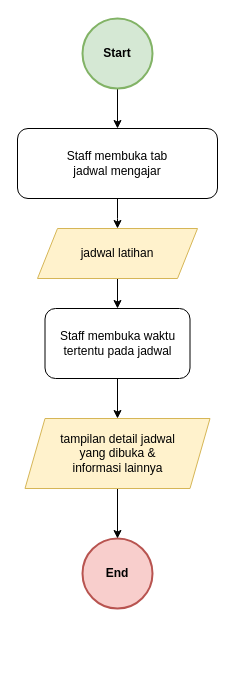
Above: diagrams/user_flow/staff_melihat_jadwal.drawio in SynergyStudioBandung/synergy_studio_docs (draw.io), before the change. Source tidied: cells renumbered, new cells numbered last; positions are measured from the earlier drawing's top-left corner, leaving out a move shared by most shapes. Both pictures are drawn from the tidied source at 100%, with x=0, y=0 at pixel (17, 18).
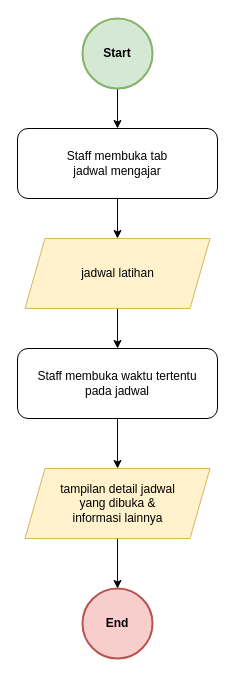
The same page after the edit.

What changed in the source:
```diff
@@
 <mxGraphModel>
   <root>
     <mxCell id="0" />
     <mxCell id="1" parent="0" />
     <mxCell id="2" value="End" style="ellipse;whiteSpace=wrap;html=1;fillColor=#f8cecc;strokeColor=#b85450;fontStyle=1;strokeWidth=2;" parent="1" vertex="1">
-      <mxGeometry x="65" y="520" width="70" height="70" as="geometry" />
+      <mxGeometry x="65" y="570" width="70" height="70" as="geometry" />
     </mxCell>
     <mxCell id="3" style="edgeStyle=orthogonalEdgeStyle;rounded=0;jettySize=auto;html=1;entryX=0.5;entryY=0;entryDx=0;entryDy=0;fontColor=#FFFFFF;" parent="1" edge="1" source="4" target="6">
       <mxGeometry relative="1" as="geometry" />
     </mxCell>
     <mxCell id="4" value="Start" style="ellipse;whiteSpace=wrap;html=1;fillColor=#d5e8d4;strokeColor=#82b366;fontStyle=1;strokeWidth=2;" parent="1" vertex="1">
       <mxGeometry x="65" width="70" height="70" as="geometry" />
     </mxCell>
-    <mxCell id="5" style="edgeStyle=orthogonalEdgeStyle;rounded=0;jettySize=auto;html=1;" parent="1" edge="1" source="6">
-      <mxGeometry relative="1" as="geometry">
-        <mxPoint x="100" y="210" as="targetPoint" />
-      </mxGeometry>
-    </mxCell>
+    <mxCell id="13" style="edgeStyle=orthogonalEdgeStyle;rounded=0;jettySize=auto;html=1;" parent="1" edge="1" source="6" target="12">
+      <mxGeometry relative="1" as="geometry" />
+    </mxCell>
     <mxCell id="6" value="Staff membuka tab&lt;br&gt;jadwal mengajar" style="rounded=1;whiteSpace=wrap;html=1;fontSize=12;glass=0;strokeWidth=1;shadow=0;" parent="1" vertex="1">
       <mxGeometry y="110" width="200" height="70" as="geometry" />
     </mxCell>
     <mxCell id="7" style="edgeStyle=orthogonalEdgeStyle;rounded=0;jettySize=auto;html=1;" parent="1" edge="1" source="8" target="2">
       <mxGeometry relative="1" as="geometry" />
     </mxCell>
     <mxCell id="8" value="tampilan detail jadwal&lt;br&gt;yang dibuka &amp;amp;&lt;br&gt;informasi lainnya" style="shape=parallelogram;perimeter=parallelogramPerimeter;whiteSpace=wrap;html=1;fixedSize=1;strokeWidth=1;fillColor=#fff2cc;strokeColor=#d6b656;" parent="1" vertex="1">
-      <mxGeometry x="7.5" y="400" width="185" height="70" as="geometry" />
+      <mxGeometry x="7.5" y="450" width="185" height="70" as="geometry" />
     </mxCell>
     <mxCell id="9" style="edgeStyle=orthogonalEdgeStyle;rounded=0;jettySize=auto;html=1;" parent="1" edge="1" source="10" target="8">
       <mxGeometry relative="1" as="geometry" />
     </mxCell>
-    <mxCell id="10" value="Staff membuka waktu tertentu pada jadwal" style="rounded=1;whiteSpace=wrap;html=1;fontSize=12;glass=0;strokeWidth=1;shadow=0;" parent="1" vertex="1">
-      <mxGeometry x="27.5" y="290" width="145" height="70" as="geometry" />
+    <mxCell id="10" value="Staff membuka waktu tertentu&lt;br&gt;pada jadwal" style="rounded=1;whiteSpace=wrap;html=1;fontSize=12;glass=0;strokeWidth=1;shadow=0;" parent="1" vertex="1">
+      <mxGeometry y="330" width="200" height="70" as="geometry" />
     </mxCell>
     <mxCell id="11" style="edgeStyle=orthogonalEdgeStyle;rounded=0;jettySize=auto;html=1;" parent="1" edge="1" source="12" target="10">
       <mxGeometry relative="1" as="geometry" />
     </mxCell>
     <mxCell id="12" value="jadwal latihan" style="shape=parallelogram;perimeter=parallelogramPerimeter;whiteSpace=wrap;html=1;fixedSize=1;strokeWidth=1;fillColor=#fff2cc;strokeColor=#d6b656;" parent="1" vertex="1">
-      <mxGeometry x="20" y="210" width="160" height="50" as="geometry" />
+      <mxGeometry x="7.5" y="220" width="185" height="70" as="geometry" />
     </mxCell>
   </root>
 </mxGraphModel>
```
